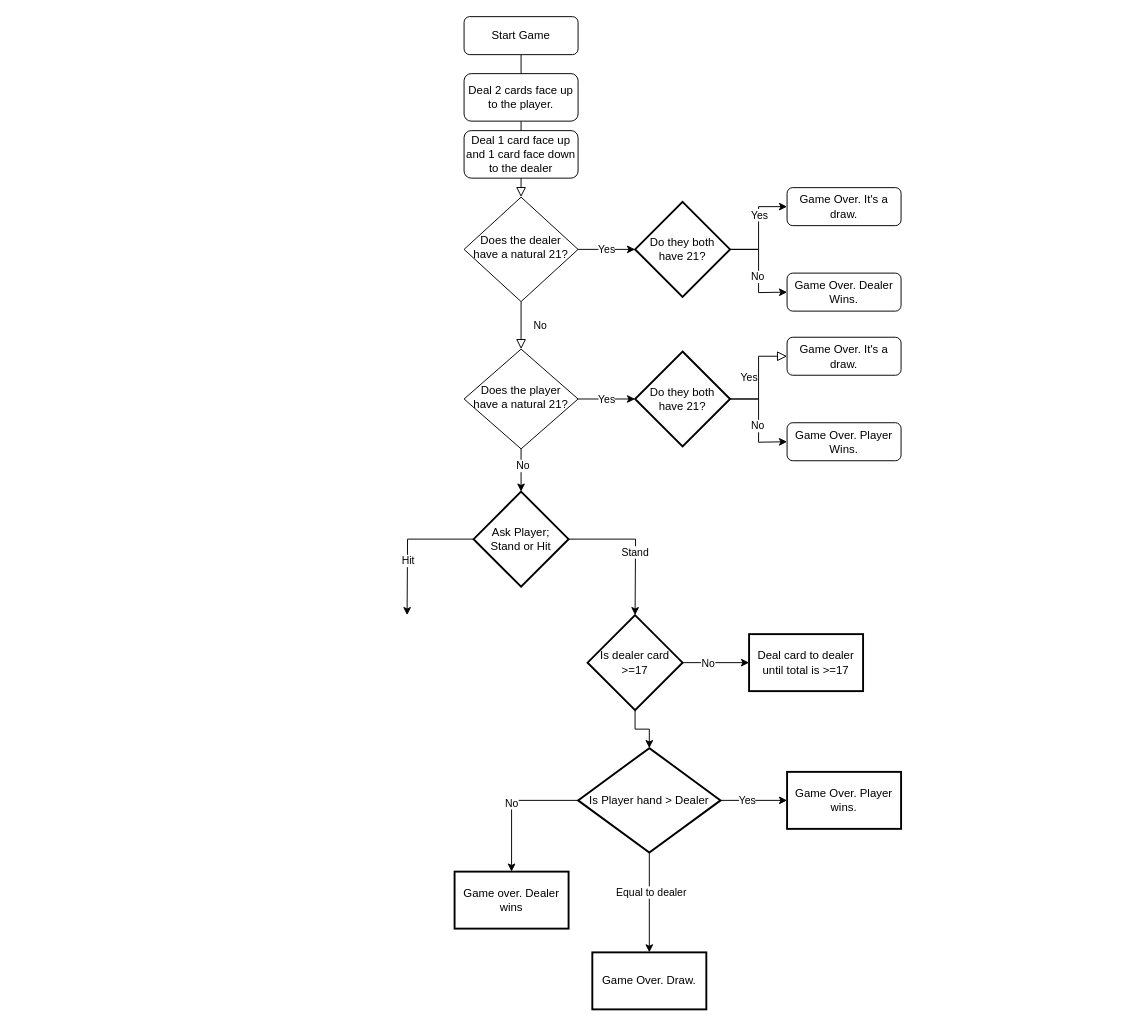
Above: BlackJack.drawio in DavidMeldarion/FlowCharts (draw.io), before the change. Source tidied: cells renumbered, new cells numbered last; positions are measured from the earlier drawing's top-left corner, leaving out a move shared by most shapes. Both pictures are drawn from the tidied source at 95%, with x=0, y=0 at pixel (407, 16).
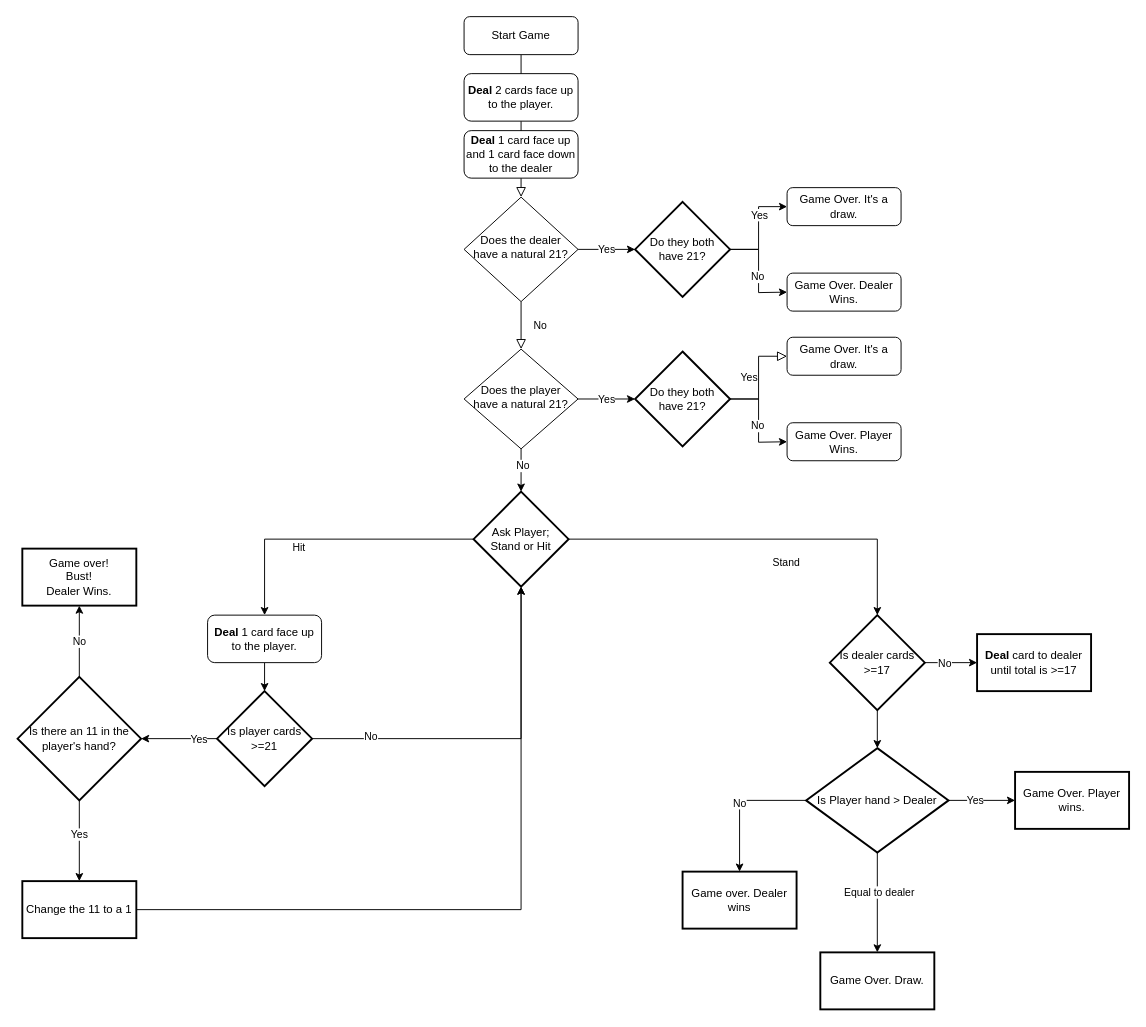
After the change.

Unchanged cells that the change refers to:
```xml
<mxCell id="30" value="Ask Player;&lt;br&gt;Stand or Hit" style="strokeWidth=2;html=1;shape=mxgraph.flowchart.decision;whiteSpace=wrap;" parent="1" vertex="1">
  <mxGeometry x="70" y="500" width="100" height="100" as="geometry" />
</mxCell>
```

Change to the diagram source:
```diff
@@
-    <mxCell id="12" value="Deal 2 cards face up to the player." style="rounded=1;whiteSpace=wrap;html=1;" parent="1" vertex="1">
+    <mxCell id="12" value="&lt;b&gt;Deal&lt;/b&gt; 2 cards face up to the player." style="rounded=1;whiteSpace=wrap;html=1;" parent="1" vertex="1">
       <mxGeometry x="60" y="60" width="120" height="50" as="geometry" />
     </mxCell>
-    <mxCell id="13" value="Deal 1 card face up and 1 card face down to the dealer" style="rounded=1;whiteSpace=wrap;html=1;" parent="1" vertex="1">
+    <mxCell id="13" value="&lt;b&gt;Deal&lt;/b&gt; 1 card face up and 1 card face down to the dealer" style="rounded=1;whiteSpace=wrap;html=1;" parent="1" vertex="1">
       <mxGeometry x="60" y="120" width="120" height="50" as="geometry" />
     </mxCell>
@@
-    <mxCell id="26" style="edgeStyle=orthogonalEdgeStyle;rounded=0;jettySize=auto;html=1;exitX=0;exitY=0.5;exitDx=0;exitDy=0;exitPerimeter=0;" parent="1" edge="1" source="30">
-      <mxGeometry relative="1" as="geometry">
-        <mxPoint y="630" as="targetPoint" />
-      </mxGeometry>
+    <mxCell id="26" style="edgeStyle=orthogonalEdgeStyle;rounded=0;jettySize=auto;html=1;exitX=0;exitY=0.5;exitDx=0;exitDy=0;exitPerimeter=0;entryX=0.5;entryY=0;entryDx=0;entryDy=0;" parent="1" edge="1" source="30" target="47">
+      <mxGeometry relative="1" as="geometry" />
     </mxCell>
     <mxCell id="27" value="Hit" style="edgeLabel;html=1;align=center;verticalAlign=middle;" parent="26" vertex="1">
-      <mxGeometry x="0.23" relative="1" as="geometry" />
+      <mxGeometry x="0.23" relative="1" as="geometry">
+        <mxPoint y="8" as="offset" />
+      </mxGeometry>
     </mxCell>
-    <mxCell id="28" style="edgeStyle=orthogonalEdgeStyle;rounded=0;jettySize=auto;html=1;exitX=1;exitY=0.5;exitDx=0;exitDy=0;exitPerimeter=0;" parent="1" edge="1" source="30">
-      <mxGeometry relative="1" as="geometry">
-        <mxPoint x="240" y="630" as="targetPoint" />
-      </mxGeometry>
+    <mxCell id="28" style="edgeStyle=orthogonalEdgeStyle;rounded=0;jettySize=auto;html=1;exitX=1;exitY=0.5;exitDx=0;exitDy=0;exitPerimeter=0;entryX=0.5;entryY=0;entryDx=0;entryDy=0;entryPerimeter=0;" parent="1" edge="1" source="30" target="34">
+      <mxGeometry relative="1" as="geometry" />
     </mxCell>
     <mxCell id="29" value="Stand" style="edgeLabel;html=1;align=center;verticalAlign=middle;" parent="28" vertex="1">
-      <mxGeometry x="0.12" y="-1" relative="1" as="geometry" />
+      <mxGeometry x="0.12" y="-1" relative="1" as="geometry">
+        <mxPoint x="1" y="23" as="offset" />
+      </mxGeometry>
     </mxCell>
@@
-    <mxCell id="34" value="Is dealer card&lt;br&gt;&amp;gt;=17" style="strokeWidth=2;html=1;shape=mxgraph.flowchart.decision;whiteSpace=wrap;" parent="1" vertex="1">
-      <mxGeometry x="190" y="630" width="100" height="100" as="geometry" />
+    <mxCell id="34" value="Is dealer cards&lt;br&gt;&amp;gt;=17" style="strokeWidth=2;html=1;shape=mxgraph.flowchart.decision;whiteSpace=wrap;" parent="1" vertex="1">
+      <mxGeometry x="445" y="630" width="100" height="100" as="geometry" />
     </mxCell>
-    <mxCell id="35" value="Deal card to dealer until total is &amp;gt;=17" style="whiteSpace=wrap;html=1;strokeWidth=2;" parent="1" vertex="1">
-      <mxGeometry x="360" y="650" width="120" height="60" as="geometry" />
+    <mxCell id="35" value="&lt;b&gt;Deal&lt;/b&gt; card to dealer until total is &amp;gt;=17" style="whiteSpace=wrap;html=1;strokeWidth=2;" parent="1" vertex="1">
+      <mxGeometry x="600" y="650" width="120" height="60" as="geometry" />
     </mxCell>
@@
     <mxCell id="42" value="Is Player hand &amp;gt; Dealer" style="rhombus;whiteSpace=wrap;html=1;strokeWidth=2;" parent="1" vertex="1">
-      <mxGeometry x="180" y="770" width="150" height="110" as="geometry" />
+      <mxGeometry x="420" y="770" width="150" height="110" as="geometry" />
     </mxCell>
     <mxCell id="43" value="Game Over. Player wins." style="whiteSpace=wrap;html=1;strokeWidth=2;" parent="1" vertex="1">
-      <mxGeometry x="400" y="795" width="120" height="60" as="geometry" />
+      <mxGeometry x="640" y="795" width="120" height="60" as="geometry" />
     </mxCell>
     <mxCell id="44" value="Game Over. Draw." style="whiteSpace=wrap;html=1;strokeWidth=2;" parent="1" vertex="1">
-      <mxGeometry x="195" y="985" width="120" height="60" as="geometry" />
+      <mxGeometry x="435" y="985" width="120" height="60" as="geometry" />
     </mxCell>
     <mxCell id="45" value="Game over. Dealer wins" style="whiteSpace=wrap;html=1;strokeWidth=2;" parent="1" vertex="1">
-      <mxGeometry x="50" y="900" width="120" height="60" as="geometry" />
+      <mxGeometry x="290" y="900" width="120" height="60" as="geometry" />
     </mxCell>
+    <mxCell id="46" style="edgeStyle=orthogonalEdgeStyle;rounded=0;jettySize=auto;html=1;exitX=0.5;exitY=1;exitDx=0;exitDy=0;entryX=0.5;entryY=0;entryDx=0;entryDy=0;entryPerimeter=0;" parent="1" edge="1" source="47" target="52">
+      <mxGeometry relative="1" as="geometry" />
+    </mxCell>
+    <mxCell id="47" value="&lt;b&gt;Deal&lt;/b&gt;&amp;nbsp;1 card face up to the player." style="rounded=1;whiteSpace=wrap;html=1;" parent="1" vertex="1">
+      <mxGeometry x="-210" y="630" width="120" height="50" as="geometry" />
+    </mxCell>
+    <mxCell id="48" style="edgeStyle=orthogonalEdgeStyle;rounded=0;jettySize=auto;html=1;" parent="1" edge="1" source="52" target="64">
+      <mxGeometry relative="1" as="geometry" />
+    </mxCell>
+    <mxCell id="49" value="Yes" style="edgeLabel;html=1;align=center;verticalAlign=middle;" parent="48" vertex="1">
+      <mxGeometry x="-0.51" relative="1" as="geometry" />
+    </mxCell>
+    <mxCell id="50" style="edgeStyle=orthogonalEdgeStyle;rounded=0;jettySize=auto;html=1;exitX=1;exitY=0.5;exitDx=0;exitDy=0;exitPerimeter=0;entryX=0.5;entryY=1;entryDx=0;entryDy=0;entryPerimeter=0;" parent="1" edge="1" source="52" target="30">
+      <mxGeometry relative="1" as="geometry" />
+    </mxCell>
+    <mxCell id="51" value="No" style="edgeLabel;html=1;align=center;verticalAlign=middle;" parent="50" vertex="1">
+      <mxGeometry x="-0.68" y="3" relative="1" as="geometry" />
+    </mxCell>
+    <mxCell id="52" value="Is player cards&lt;br&gt;&amp;gt;=21" style="strokeWidth=2;html=1;shape=mxgraph.flowchart.decision;whiteSpace=wrap;" parent="1" vertex="1">
+      <mxGeometry x="-200" y="710" width="100" height="100" as="geometry" />
+    </mxCell>
+    <mxCell id="53" value="Game over!&lt;br&gt;Bust!&lt;br&gt;Dealer Wins." style="whiteSpace=wrap;html=1;strokeWidth=2;" parent="1" vertex="1">
+      <mxGeometry x="-405" y="560" width="120" height="60" as="geometry" />
+    </mxCell>
+    <mxCell id="54" style="edgeStyle=orthogonalEdgeStyle;rounded=0;orthogonalLoop=1;jettySize=auto;html=1;" parent="1" edge="1">
+      <mxGeometry relative="1" as="geometry">
+        <mxPoint x="-240" y="910" as="sourcePoint" />
+      </mxGeometry>
+    </mxCell>
+    <mxCell id="55" value="Yes" style="edgeLabel;html=1;align=center;verticalAlign=middle;" parent="54" vertex="1">
+      <mxGeometry x="-0.45" relative="1" as="geometry" />
+    </mxCell>
+    <mxCell id="56" style="edgeStyle=orthogonalEdgeStyle;rounded=0;orthogonalLoop=1;jettySize=auto;html=1;" parent="1" edge="1">
+      <mxGeometry relative="1" as="geometry">
+        <mxPoint x="-360" y="910" as="sourcePoint" />
+      </mxGeometry>
+    </mxCell>
+    <mxCell id="57" value="No" style="edgeLabel;html=1;align=center;verticalAlign=middle;" parent="56" vertex="1">
+      <mxGeometry x="-0.45" y="3" relative="1" as="geometry" />
+    </mxCell>
+    <mxCell id="58" style="edgeStyle=orthogonalEdgeStyle;rounded=0;orthogonalLoop=1;jettySize=auto;html=1;" parent="1" edge="1">
+      <mxGeometry relative="1" as="geometry">
+        <mxPoint x="-300" y="970" as="sourcePoint" />
+      </mxGeometry>
+    </mxCell>
+    <mxCell id="59" value="Equal to" style="edgeLabel;html=1;align=center;verticalAlign=middle;" parent="58" vertex="1">
+      <mxGeometry x="-0.22" y="2" relative="1" as="geometry" />
+    </mxCell>
+    <mxCell id="60" style="edgeStyle=orthogonalEdgeStyle;rounded=0;jettySize=auto;html=1;exitX=0.5;exitY=0;exitDx=0;exitDy=0;exitPerimeter=0;entryX=0.5;entryY=1;entryDx=0;entryDy=0;" parent="1" edge="1" source="64" target="53">
+      <mxGeometry relative="1" as="geometry" />
+    </mxCell>
+    <mxCell id="61" value="No" style="edgeLabel;html=1;align=center;verticalAlign=middle;" parent="60" vertex="1">
+      <mxGeometry x="0.01" y="1" relative="1" as="geometry" />
+    </mxCell>
+    <mxCell id="62" style="edgeStyle=orthogonalEdgeStyle;rounded=0;jettySize=auto;html=1;" parent="1" edge="1" source="64" target="66">
+      <mxGeometry relative="1" as="geometry" />
+    </mxCell>
+    <mxCell id="63" value="Yes" style="edgeLabel;html=1;align=center;verticalAlign=middle;" parent="62" vertex="1">
+      <mxGeometry x="-0.18" y="-1" relative="1" as="geometry" />
+    </mxCell>
+    <mxCell id="64" value="Is there an 11 in the player's hand?" style="strokeWidth=2;html=1;shape=mxgraph.flowchart.decision;whiteSpace=wrap;" parent="1" vertex="1">
+      <mxGeometry x="-410" y="695" width="130" height="130" as="geometry" />
+    </mxCell>
+    <mxCell id="65" style="edgeStyle=orthogonalEdgeStyle;rounded=0;jettySize=auto;html=1;exitX=1;exitY=0.5;exitDx=0;exitDy=0;entryX=0.5;entryY=1;entryDx=0;entryDy=0;entryPerimeter=0;" parent="1" edge="1" source="66" target="30">
+      <mxGeometry relative="1" as="geometry" />
+    </mxCell>
+    <mxCell id="66" value="Change the 11 to a 1" style="whiteSpace=wrap;html=1;strokeWidth=2;" parent="1" vertex="1">
+      <mxGeometry x="-405" y="910" width="120" height="60" as="geometry" />
+    </mxCell>
```
